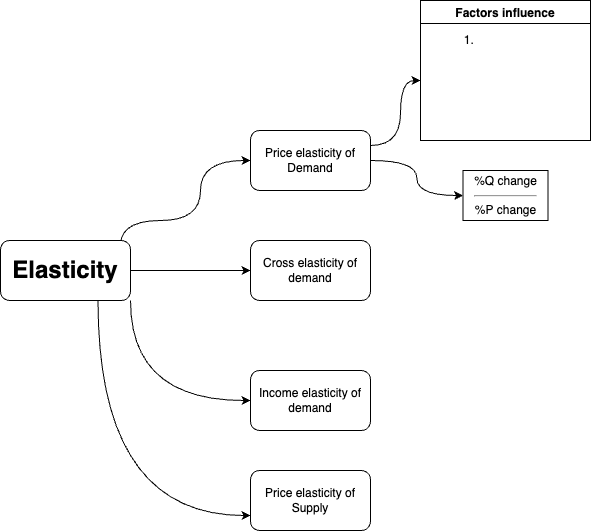
The draw.io diagram Elasticity.png in Linglei1226/Data_Science, before a commit. Source tidied: cells renumbered, new cells last; positions are measured from the earlier drawing's top-left corner, leaving out a move shared by most shapes.
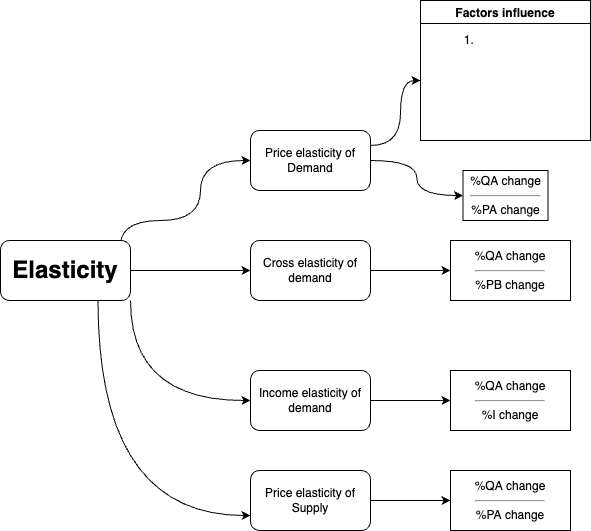
Later version of the same file.

What changed in the source:
```diff
@@ -39,23 +39,45 @@
     <mxCell id="9" value="Price elasticity of Demand" style="rounded=1;whiteSpace=wrap;html=1;" parent="1" vertex="1">
       <mxGeometry x="250" y="130" width="120" height="60" as="geometry" />
     </mxCell>
+    <mxCell id="16" style="edgeStyle=orthogonalEdgeStyle;curved=1;rounded=0;jettySize=auto;html=1;exitX=1;exitY=0.5;exitDx=0;exitDy=0;elbow=vertical;" parent="1" edge="1" source="10" target="19">
+      <mxGeometry relative="1" as="geometry" />
+    </mxCell>
     <mxCell id="10" value="Cross elasticity of demand" style="whiteSpace=wrap;html=1;rounded=1;" parent="1" vertex="1">
       <mxGeometry x="250" y="240" width="120" height="60" as="geometry" />
     </mxCell>
+    <mxCell id="17" style="edgeStyle=orthogonalEdgeStyle;curved=1;rounded=0;jettySize=auto;html=1;elbow=vertical;" parent="1" edge="1" source="11">
+      <mxGeometry relative="1" as="geometry">
+        <mxPoint x="450" y="400" as="targetPoint" />
+      </mxGeometry>
+    </mxCell>
     <mxCell id="11" value="Income elasticity of demand" style="rounded=1;whiteSpace=wrap;html=1;" parent="1" vertex="1">
       <mxGeometry x="250" y="370" width="120" height="60" as="geometry" />
     </mxCell>
+    <mxCell id="18" style="edgeStyle=orthogonalEdgeStyle;curved=1;rounded=0;jettySize=auto;html=1;elbow=vertical;" parent="1" edge="1" source="12">
+      <mxGeometry relative="1" as="geometry">
+        <mxPoint x="450" y="500" as="targetPoint" />
+      </mxGeometry>
+    </mxCell>
     <mxCell id="12" value="Price elasticity of Supply" style="rounded=1;whiteSpace=wrap;html=1;" parent="1" vertex="1">
       <mxGeometry x="250" y="470" width="120" height="60" as="geometry" />
     </mxCell>
     <mxCell id="13" value="Factors influence" style="swimlane;" parent="1" vertex="1">
       <mxGeometry x="420" width="170" height="140" as="geometry" />
     </mxCell>
-    <mxCell id="14" value="%Q change&lt;hr&gt;%P change" style="whiteSpace=wrap;html=1;" parent="1" vertex="1">
+    <mxCell id="14" value="%QA change&lt;hr&gt;%PA change" style="whiteSpace=wrap;html=1;" parent="1" vertex="1">
       <mxGeometry x="462.5" y="170" width="85" height="50" as="geometry" />
     </mxCell>
     <mxCell id="15" value="1.&amp;nbsp;" style="text;html=1;align=center;verticalAlign=middle;strokeColor=none;fillColor=none;" parent="1" vertex="1">
       <mxGeometry x="450" y="25" width="40" height="30" as="geometry" />
     </mxCell>
+    <mxCell id="19" value="%QA change&lt;hr&gt;%PB change" style="rounded=0;whiteSpace=wrap;html=1;" parent="1" vertex="1">
+      <mxGeometry x="450" y="240" width="120" height="60" as="geometry" />
+    </mxCell>
+    <mxCell id="20" value="%QA change&lt;hr&gt;%I change" style="rounded=0;whiteSpace=wrap;html=1;" parent="1" vertex="1">
+      <mxGeometry x="450" y="370" width="120" height="60" as="geometry" />
+    </mxCell>
+    <mxCell id="21" value="%QA change&lt;hr&gt;%PA change" style="rounded=0;whiteSpace=wrap;html=1;" parent="1" vertex="1">
+      <mxGeometry x="450" y="470" width="120" height="60" as="geometry" />
+    </mxCell>
   </root>
 </mxGraphModel>
```
